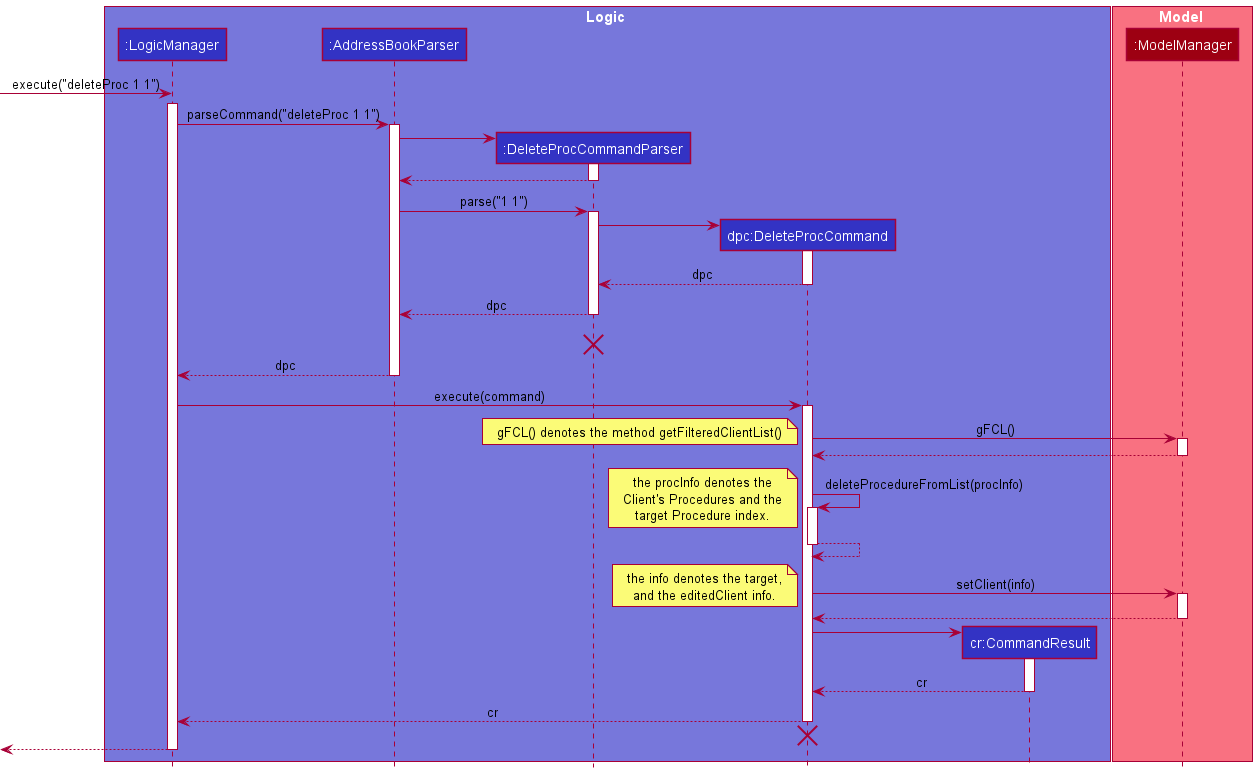
Earlier version of the PlantUML export docs/images/DeleteProcSequenceDiagram.png (robinrojh/tp).
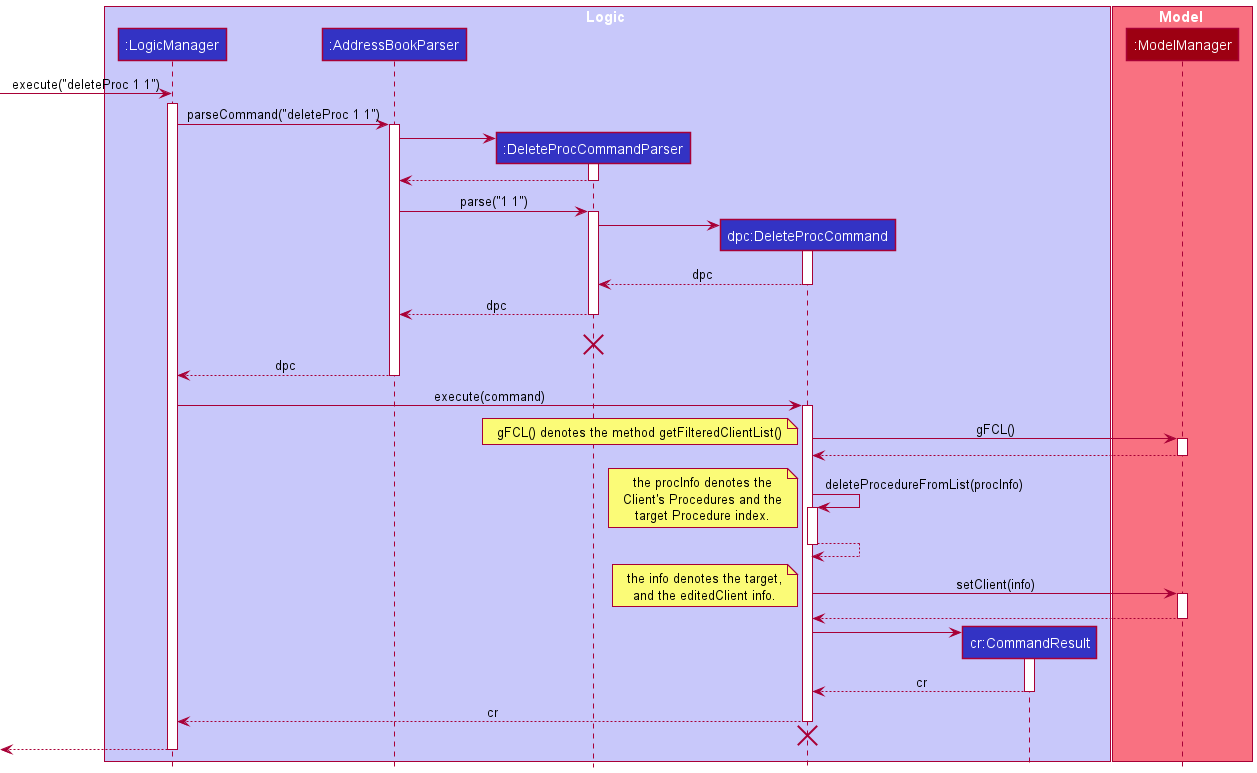
Above is the later version.

Commit message:
Save new Sequence Diagrams into images

What changed in the source:
```diff
@@ -1,6 +1,5 @@
 @startuml
 !include style.puml
-!define LOGIC_COLOR_T1 #7777DB
 
 box Logic LOGIC_COLOR_T1
 participant ":LogicManager" as LogicManager LOGIC_COLOR
@@ -96,5 +95,4 @@
 
 <-- LogicManager
 deactivate LogicManager
-
 @enduml
```
